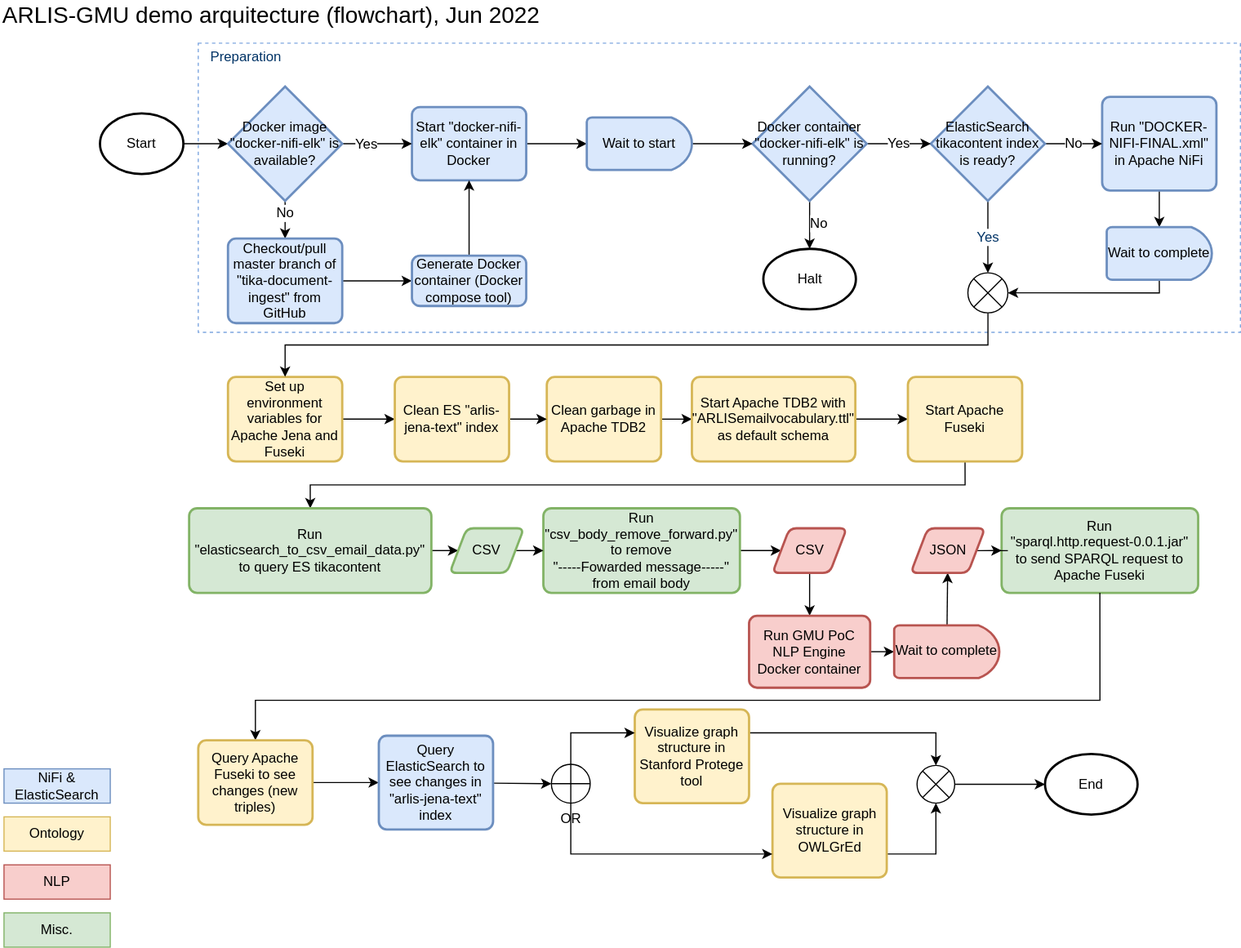
This is GMU_Demo_Architecture_Flow.svg from amirmghaemi/tika-document-ingest, a draw.io export, as it was before one commit. Source tidied: cells renumbered, new cells last; positions are measured from the earlier drawing's top-left corner, leaving out a move shared by most shapes.
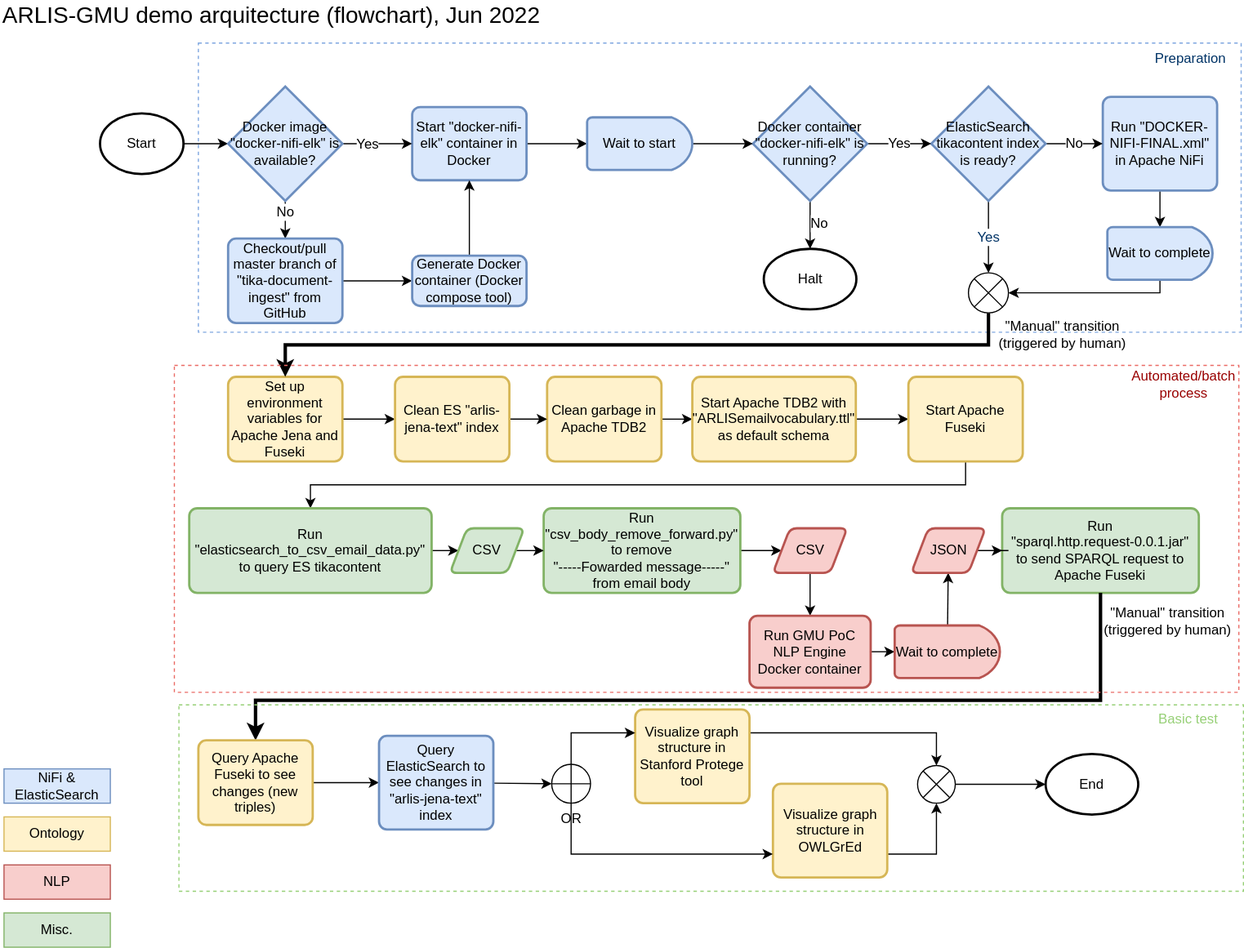
Later version of the same file.

Diff of the diagram source:
```diff
@@ -94,9 +94,9 @@
       <mxGeometry x="199" y="328" width="100" height="74" as="geometry" />
     </mxCell>
     <mxCell id="31" value="Preparation" style="text;html=1;strokeColor=none;fillColor=none;align=center;verticalAlign=middle;whiteSpace=wrap;rounded=0;dashed=1;fontSize=12;fontColor=#003366;" parent="1" vertex="1">
-      <mxGeometry x="173" y="33" width="84" height="30" as="geometry" />
+      <mxGeometry x="999" y="35" width="84" height="30" as="geometry" />
     </mxCell>
-    <mxCell id="32" style="edgeStyle=orthogonalEdgeStyle;rounded=0;jettySize=auto;html=1;entryX=0.5;entryY=0;entryDx=0;entryDy=0;fontSize=12;fontColor=#003366;" parent="1" edge="1" source="33" target="30">
+    <mxCell id="32" style="edgeStyle=orthogonalEdgeStyle;rounded=0;jettySize=auto;html=1;entryX=0.5;entryY=0;entryDx=0;entryDy=0;fontSize=12;fontColor=#003366;strokeWidth=3;" parent="1" edge="1" source="33" target="30">
       <mxGeometry relative="1" as="geometry">
         <Array as="points">
           <mxPoint x="864" y="300" />
@@ -173,7 +173,7 @@
     <mxCell id="55" value="Wait to complete" style="strokeWidth=2;html=1;shape=mxgraph.flowchart.delay;whiteSpace=wrap;fontSize=12;fillColor=#f8cecc;strokeColor=#b85450;" parent="1" vertex="1">
       <mxGeometry x="782" y="545.5" width="92" height="46" as="geometry" />
     </mxCell>
-    <mxCell id="56" style="rounded=0;jettySize=auto;html=1;entryX=0.5;entryY=0;entryDx=0;entryDy=0;fontSize=12;fontColor=#003366;exitX=0.5;exitY=1;exitDx=0;exitDy=0;edgeStyle=orthogonalEdgeStyle;" parent="1" edge="1" source="53" target="58">
+    <mxCell id="56" style="rounded=0;jettySize=auto;html=1;entryX=0.5;entryY=0;entryDx=0;entryDy=0;fontSize=12;fontColor=#003366;exitX=0.5;exitY=1;exitDx=0;exitDy=0;edgeStyle=orthogonalEdgeStyle;strokeWidth=3;" parent="1" edge="1" source="53" target="58">
       <mxGeometry relative="1" as="geometry">
         <Array as="points">
           <mxPoint x="962" y="611" />
@@ -238,5 +238,23 @@
     <mxCell id="75" value="Misc." style="text;html=1;strokeColor=#82b366;fillColor=#d5e8d4;align=center;verticalAlign=middle;whiteSpace=wrap;rounded=0;fontSize=12;" parent="1" vertex="1">
       <mxGeometry x="3" y="797" width="93" height="30" as="geometry" />
     </mxCell>
+    <mxCell id="76" style="rounded=0;whiteSpace=wrap;html=1;fontSize=12;fillColor=none;strokeColor=#EA6B66;dashed=1;" parent="1" vertex="1">
+      <mxGeometry x="152" y="318" width="931" height="286" as="geometry" />
+    </mxCell>
+    <mxCell id="77" value="&lt;font color=&quot;#990000&quot;&gt;Automated/batch process&lt;/font&gt;" style="text;html=1;strokeColor=none;fillColor=none;align=center;verticalAlign=middle;whiteSpace=wrap;rounded=0;dashed=1;fontSize=12;fontColor=#003366;" parent="1" vertex="1">
+      <mxGeometry x="993" y="320" width="84" height="30" as="geometry" />
+    </mxCell>
+    <mxCell id="78" value="&lt;font color=&quot;#000000&quot;&gt;&quot;Manual&quot; transition (triggered by human)&lt;/font&gt;" style="text;html=1;strokeColor=none;fillColor=none;align=center;verticalAlign=middle;whiteSpace=wrap;rounded=0;fontColor=#990000;" parent="1" vertex="1">
+      <mxGeometry x="861.5" y="276" width="133.5" height="30" as="geometry" />
+    </mxCell>
+    <mxCell id="79" style="rounded=0;whiteSpace=wrap;html=1;fontSize=12;fillColor=none;strokeColor=#97D077;dashed=1;" parent="1" vertex="1">
+      <mxGeometry x="156" y="615" width="931" height="163" as="geometry" />
+    </mxCell>
+    <mxCell id="80" value="&lt;font color=&quot;#97d077&quot;&gt;Basic test&lt;/font&gt;" style="text;html=1;strokeColor=none;fillColor=none;align=center;verticalAlign=middle;whiteSpace=wrap;rounded=0;dashed=1;fontSize=12;fontColor=#003366;" parent="1" vertex="1">
+      <mxGeometry x="997" y="613" width="84" height="30" as="geometry" />
+    </mxCell>
+    <mxCell id="81" value="&lt;font color=&quot;#000000&quot;&gt;&quot;Manual&quot; transition (triggered by human)&lt;/font&gt;" style="text;html=1;strokeColor=none;fillColor=none;align=center;verticalAlign=middle;whiteSpace=wrap;rounded=0;fontColor=#990000;" parent="1" vertex="1">
+      <mxGeometry x="953.5" y="527" width="133.5" height="30" as="geometry" />
+    </mxCell>
   </root>
 </mxGraphModel>
```
